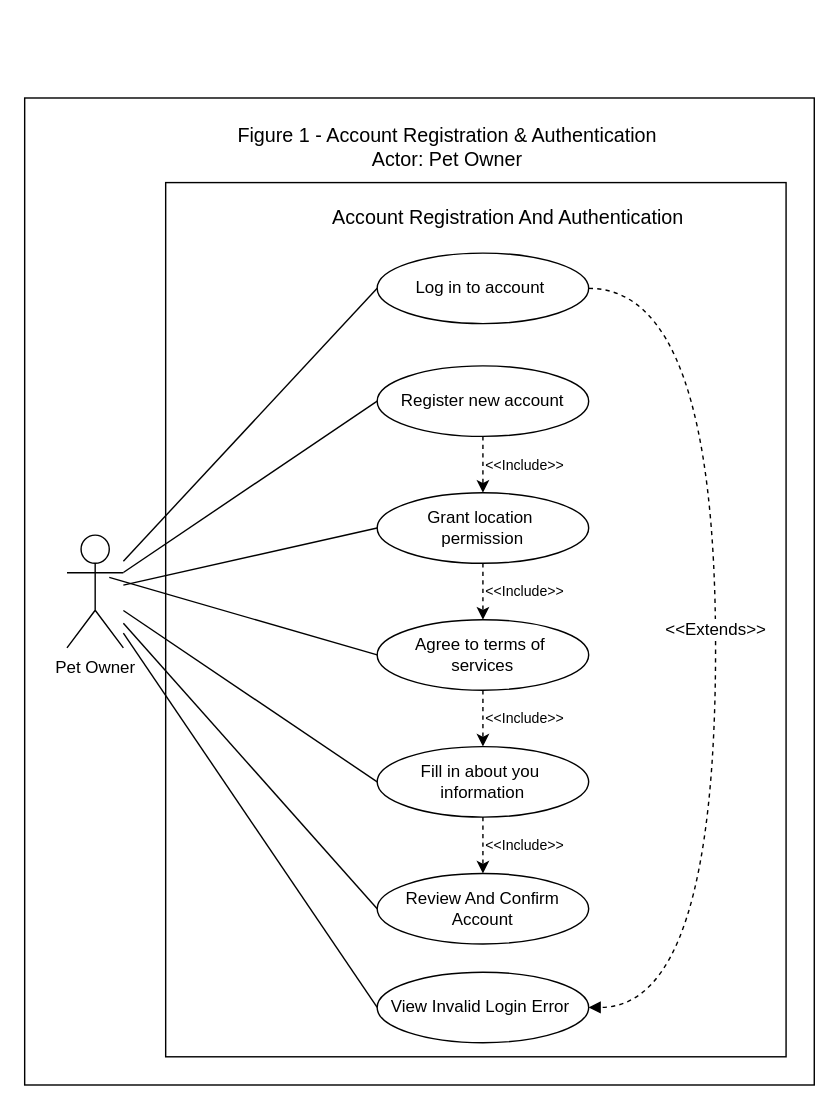
Before: page "figure 1" (1 of 10) of USE-CASE_Diagram_Franco.drawio in Chels013/Breedr-Diagrams, a draw.io diagram. Source tidied: cells renumbered, new cells numbered last; positions are measured from the earlier drawing's top-left corner, leaving out a move shared by most shapes. Both pictures are drawn from the tidied source at 141%, with x=0, y=0 at pixel (24, 24).
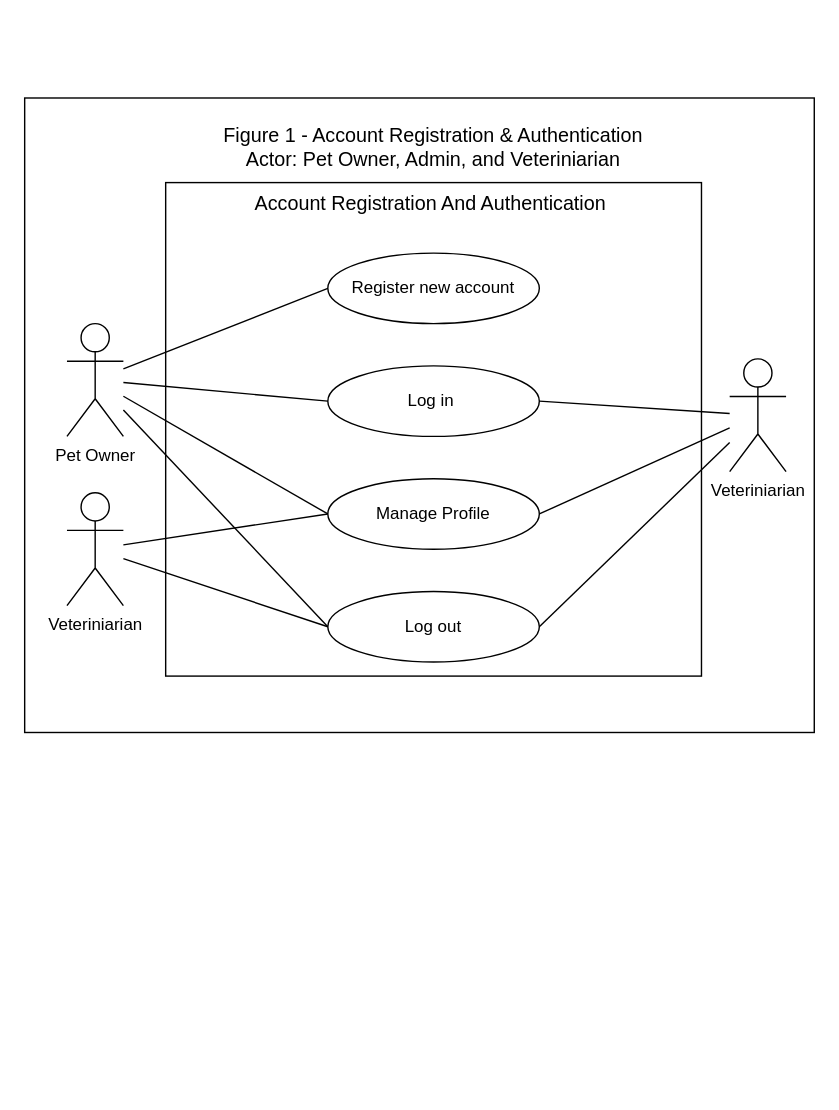
The same page after the edit.

Commit message (it also covers changes not shown here):
i revised the figure 1, Account Registration And Authentication

What changed in the source:
```diff
@@
     <mxCell id="2" value="&lt;div&gt;&lt;div&gt;&lt;/div&gt;&lt;/div&gt;" style="rounded=0;whiteSpace=wrap;html=1;" parent="1" vertex="1">
-      <mxGeometry y="52" width="560" height="700" as="geometry" />
+      <mxGeometry y="52" width="560" height="450" as="geometry" />
     </mxCell>
@@
     <mxCell id="4" value="Pet Owner" style="shape=umlActor;verticalLabelPosition=bottom;verticalAlign=top;html=1;outlineConnect=0;" parent="1" vertex="1">
-      <mxGeometry x="30" y="362" width="40" height="80" as="geometry" />
+      <mxGeometry x="30" y="212" width="40" height="80" as="geometry" />
     </mxCell>
-    <mxCell id="5" value="&lt;font style=&quot;color: rgb(0, 0, 0);&quot;&gt;&lt;font&gt;Figure 1 - Account Registration &amp;amp; Authentication&lt;/font&gt;&lt;br&gt;Actor: Pet Owner&lt;/font&gt;" style="text;html=1;align=center;verticalAlign=middle;whiteSpace=wrap;rounded=0;fontFamily=Helvetica;fontSize=14;fontColor=default;" parent="1" vertex="1">
-      <mxGeometry x="120" y="72" width="360" height="30" as="geometry" />
+    <mxCell id="5" value="&lt;font style=&quot;color: rgb(0, 0, 0);&quot;&gt;&lt;font&gt;Figure 1 - Account Registration &amp;amp; Authentication&lt;/font&gt;&lt;br&gt;Actor: Pet Owner, Admin, and Veteriniarian&lt;/font&gt;" style="text;html=1;align=center;verticalAlign=middle;whiteSpace=wrap;rounded=0;fontFamily=Helvetica;fontSize=14;fontColor=default;" parent="1" vertex="1">
+      <mxGeometry x="110" y="72" width="360" height="30" as="geometry" />
     </mxCell>
     <mxCell id="6" style="rounded=0;whiteSpace=wrap;html=1;align=center;verticalAlign=middle;fontFamily=Helvetica;fontSize=12;fontColor=default;fillColor=none;gradientColor=none;" parent="1" vertex="1">
-      <mxGeometry x="100" y="112" width="440" height="620" as="geometry" />
+      <mxGeometry x="100" y="112" width="380" height="350" as="geometry" />
     </mxCell>
     <mxCell id="7" value="Account Registration And Authentication&amp;nbsp;" style="text;html=1;align=center;verticalAlign=middle;whiteSpace=wrap;rounded=0;fontFamily=Helvetica;fontSize=14;fontColor=default;" parent="1" vertex="1">
-      <mxGeometry x="200" y="122" width="290" height="30" as="geometry" />
+      <mxGeometry x="145" y="112" width="290" height="30" as="geometry" />
     </mxCell>
-    <mxCell id="8" value="Log in to account&amp;nbsp;" style="ellipse;whiteSpace=wrap;html=1;rounded=0;align=center;verticalAlign=middle;fontFamily=Helvetica;fontSize=12;fontColor=default;fillColor=none;gradientColor=none;" parent="1" vertex="1">
-      <mxGeometry x="250" y="162" width="150" height="50" as="geometry" />
+    <mxCell id="8" value="&lt;span style=&quot;color: rgb(0, 0, 0);&quot;&gt;Register new account&lt;/span&gt;" style="ellipse;whiteSpace=wrap;html=1;rounded=0;align=center;verticalAlign=middle;fontFamily=Helvetica;fontSize=12;fontColor=default;fillColor=none;gradientColor=none;" parent="1" vertex="1">
+      <mxGeometry x="215" y="162" width="150" height="50" as="geometry" />
     </mxCell>
-    <mxCell id="9" value="Register new account" style="ellipse;whiteSpace=wrap;html=1;rounded=0;align=center;verticalAlign=middle;fontFamily=Helvetica;fontSize=12;fontColor=default;fillColor=none;gradientColor=none;" parent="1" vertex="1">
-      <mxGeometry x="250" y="242" width="150" height="50" as="geometry" />
+    <mxCell id="9" value="Log in&amp;nbsp;" style="ellipse;whiteSpace=wrap;html=1;rounded=0;align=center;verticalAlign=middle;fontFamily=Helvetica;fontSize=12;fontColor=default;fillColor=none;gradientColor=none;" parent="1" vertex="1">
+      <mxGeometry x="215" y="242" width="150" height="50" as="geometry" />
     </mxCell>
-    <mxCell id="10" value="Grant location&amp;nbsp;&lt;div&gt;permission&lt;/div&gt;" style="ellipse;whiteSpace=wrap;html=1;rounded=0;align=center;verticalAlign=middle;fontFamily=Helvetica;fontSize=12;fontColor=default;fillColor=none;gradientColor=none;" parent="1" vertex="1">
-      <mxGeometry x="250" y="332" width="150" height="50" as="geometry" />
-    </mxCell>
-    <mxCell id="11" value="Agree to terms of&amp;nbsp;&lt;div&gt;services&lt;/div&gt;" style="ellipse;whiteSpace=wrap;html=1;rounded=0;align=center;verticalAlign=middle;fontFamily=Helvetica;fontSize=12;fontColor=default;fillColor=none;gradientColor=none;" parent="1" vertex="1">
-      <mxGeometry x="250" y="422" width="150" height="50" as="geometry" />
-    </mxCell>
-    <mxCell id="12" value="Fill in about you&amp;nbsp;&lt;div&gt;information&lt;/div&gt;" style="ellipse;whiteSpace=wrap;html=1;rounded=0;align=center;verticalAlign=middle;fontFamily=Helvetica;fontSize=12;fontColor=default;fillColor=none;gradientColor=none;" parent="1" vertex="1">
-      <mxGeometry x="250" y="512" width="150" height="50" as="geometry" />
-    </mxCell>
-    <mxCell id="13" value="Review And Confirm Account" style="ellipse;whiteSpace=wrap;html=1;rounded=0;align=center;verticalAlign=middle;fontFamily=Helvetica;fontSize=12;fontColor=default;fillColor=none;gradientColor=none;" parent="1" vertex="1">
-      <mxGeometry x="250" y="602" width="150" height="50" as="geometry" />
+    <mxCell id="13" value="Manage Profile" style="ellipse;whiteSpace=wrap;html=1;rounded=0;align=center;verticalAlign=middle;fontFamily=Helvetica;fontSize=12;fontColor=default;fillColor=none;gradientColor=none;" parent="1" vertex="1">
+      <mxGeometry x="215" y="322" width="150" height="50" as="geometry" />
     </mxCell>
-    <mxCell id="14" value="View Invalid Login Error&amp;nbsp;" style="ellipse;whiteSpace=wrap;html=1;rounded=0;align=center;verticalAlign=middle;fontFamily=Helvetica;fontSize=12;fontColor=default;fillColor=none;gradientColor=none;" parent="1" vertex="1">
-      <mxGeometry x="250" y="672" width="150" height="50" as="geometry" />
+    <mxCell id="14" value="Log out" style="ellipse;whiteSpace=wrap;html=1;rounded=0;align=center;verticalAlign=middle;fontFamily=Helvetica;fontSize=12;fontColor=default;fillColor=none;gradientColor=none;" parent="1" vertex="1">
+      <mxGeometry x="215" y="402" width="150" height="50" as="geometry" />
     </mxCell>
@@
-    <mxCell id="17" style="endArrow=none;html=1;fontFamily=Helvetica;fontSize=12;fontColor=default;entryX=0;entryY=0.5;entryDx=0;entryDy=0;" parent="1" edge="1" source="4" target="10">
-      <mxGeometry relative="1" as="geometry" />
-    </mxCell>
-    <mxCell id="18" style="endArrow=none;html=1;fontFamily=Helvetica;fontSize=12;fontColor=default;entryX=0;entryY=0.5;entryDx=0;entryDy=0;" parent="1" edge="1" target="11">
-      <mxGeometry relative="1" as="geometry">
-        <mxPoint x="60" y="392" as="sourcePoint" />
-      </mxGeometry>
-    </mxCell>
-    <mxCell id="19" style="endArrow=none;html=1;fontFamily=Helvetica;fontSize=12;fontColor=default;entryX=0;entryY=0.5;entryDx=0;entryDy=0;" parent="1" edge="1" source="4" target="12">
-      <mxGeometry relative="1" as="geometry" />
-    </mxCell>
@@
-    <mxCell id="21" style="endArrow=none;html=1;fontFamily=Helvetica;fontSize=12;fontColor=default;entryX=0;entryY=0.5;entryDx=0;entryDy=0;" parent="1" edge="1" source="4" target="14">
+    <mxCell id="21" style="endArrow=none;html=1;fontFamily=Helvetica;fontSize=12;fontColor=default;entryX=0;entryY=0.5;entryDx=0;entryDy=0;" parent="1" edge="1" source="32" target="14">
       <mxGeometry relative="1" as="geometry" />
     </mxCell>
-    <mxCell id="22" style="html=1;labelBackgroundColor=#ffffff;jettySize=auto;fontSize=14;rounded=0;jumpStyle=gap;edgeStyle=orthogonalEdgeStyle;startArrow=none;endArrow=block;startFill=0;endFill=1;strokeWidth=1;dashed=1;sourcePerimeterSpacing=3;targetPerimeterSpacing=3;fontFamily=Helvetica;fontColor=default;exitX=1;exitY=0.5;exitDx=0;exitDy=0;curved=1;entryX=1;entryY=0.5;entryDx=0;entryDy=0;" parent="1" edge="1" source="8" target="14">
-      <mxGeometry relative="1" as="geometry">
-        <Array as="points">
-          <mxPoint x="490" y="187" />
-          <mxPoint x="490" y="697" />
-        </Array>
-      </mxGeometry>
-    </mxCell>
-    <mxCell id="23" value="&amp;lt;&amp;lt;Extends&amp;gt;&amp;gt;" style="edgeLabel;html=1;align=center;verticalAlign=middle;rounded=0;fontFamily=Helvetica;fontSize=12;fontColor=default;fillColor=none;gradientColor=none;" parent="22" vertex="1">
-      <mxGeometry x="-0.04" y="-1" relative="1" as="geometry" />
-    </mxCell>
-    <mxCell id="24" style="html=1;labelBackgroundColor=#ffffff;startArrow=none;startFill=0;startSize=6;endArrow=classic;endFill=1;endSize=6;jettySize=auto;strokeWidth=1;dashed=1;fontSize=14;fontFamily=Helvetica;fontColor=default;exitX=0.5;exitY=1;exitDx=0;exitDy=0;entryX=0.5;entryY=0;entryDx=0;entryDy=0;" parent="1" edge="1" source="9" target="10">
-      <mxGeometry relative="1" as="geometry" />
-    </mxCell>
-    <mxCell id="25" value="&lt;font style=&quot;font-size: 10px;&quot;&gt;&amp;lt;&amp;lt;Include&amp;gt;&amp;gt;&lt;/font&gt;" style="text;html=1;align=center;verticalAlign=middle;whiteSpace=wrap;rounded=0;fontFamily=Helvetica;fontSize=12;fontColor=default;" parent="1" vertex="1">
-      <mxGeometry x="325" y="302" width="60" height="20" as="geometry" />
-    </mxCell>
-    <mxCell id="26" value="&lt;font style=&quot;font-size: 10px;&quot;&gt;&amp;lt;&amp;lt;Include&amp;gt;&amp;gt;&lt;/font&gt;" style="text;html=1;align=center;verticalAlign=middle;whiteSpace=wrap;rounded=0;fontFamily=Helvetica;fontSize=12;fontColor=default;" parent="1" vertex="1">
-      <mxGeometry x="325" y="392" width="60" height="20" as="geometry" />
-    </mxCell>
-    <mxCell id="27" value="&lt;font style=&quot;font-size: 10px;&quot;&gt;&amp;lt;&amp;lt;Include&amp;gt;&amp;gt;&lt;/font&gt;" style="text;html=1;align=center;verticalAlign=middle;whiteSpace=wrap;rounded=0;fontFamily=Helvetica;fontSize=12;fontColor=default;" parent="1" vertex="1">
-      <mxGeometry x="325" y="482" width="60" height="20" as="geometry" />
-    </mxCell>
-    <mxCell id="28" value="&lt;font style=&quot;font-size: 10px;&quot;&gt;&amp;lt;&amp;lt;Include&amp;gt;&amp;gt;&lt;/font&gt;" style="text;html=1;align=center;verticalAlign=middle;whiteSpace=wrap;rounded=0;fontFamily=Helvetica;fontSize=12;fontColor=default;" parent="1" vertex="1">
-      <mxGeometry x="325" y="572" width="60" height="20" as="geometry" />
-    </mxCell>
-    <mxCell id="29" style="html=1;labelBackgroundColor=#ffffff;startArrow=none;startFill=0;startSize=6;endArrow=classic;endFill=1;endSize=6;jettySize=auto;strokeWidth=1;dashed=1;fontSize=14;fontFamily=Helvetica;fontColor=default;exitX=0.5;exitY=1;exitDx=0;exitDy=0;entryX=0.5;entryY=0;entryDx=0;entryDy=0;" parent="1" edge="1" source="10" target="11">
-      <mxGeometry relative="1" as="geometry" />
-    </mxCell>
-    <mxCell id="30" style="html=1;labelBackgroundColor=#ffffff;startArrow=none;startFill=0;startSize=6;endArrow=classic;endFill=1;endSize=6;jettySize=auto;strokeWidth=1;dashed=1;fontSize=14;fontFamily=Helvetica;fontColor=default;exitX=0.5;exitY=1;exitDx=0;exitDy=0;entryX=0.5;entryY=0;entryDx=0;entryDy=0;" parent="1" edge="1" source="11" target="12">
-      <mxGeometry relative="1" as="geometry" />
-    </mxCell>
-    <mxCell id="31" style="html=1;labelBackgroundColor=#ffffff;startArrow=none;startFill=0;startSize=6;endArrow=classic;endFill=1;endSize=6;jettySize=auto;strokeWidth=1;dashed=1;fontSize=14;entryX=0.5;entryY=0;entryDx=0;entryDy=0;exitX=0.5;exitY=1;exitDx=0;exitDy=0;" parent="1" edge="1" source="12" target="13">
-      <mxGeometry relative="1" as="geometry" />
-    </mxCell>
+    <mxCell id="32" value="Veteriniarian" style="shape=umlActor;verticalLabelPosition=bottom;verticalAlign=top;html=1;outlineConnect=0;" parent="1" vertex="1">
+      <mxGeometry x="30" y="332" width="40" height="80" as="geometry" />
+    </mxCell>
+    <mxCell id="33" style="endArrow=none;html=1;fontFamily=Helvetica;fontSize=12;fontColor=default;entryX=0;entryY=0.5;entryDx=0;entryDy=0;" parent="1" edge="1" source="32" target="13">
+      <mxGeometry relative="1" as="geometry" />
+    </mxCell>
+    <mxCell id="34" style="endArrow=none;html=1;fontFamily=Helvetica;fontSize=12;fontColor=default;entryX=0;entryY=0.5;entryDx=0;entryDy=0;" parent="1" edge="1" source="4" target="14">
+      <mxGeometry relative="1" as="geometry" />
+    </mxCell>
+    <mxCell id="35" value="Veteriniarian" style="shape=umlActor;verticalLabelPosition=bottom;verticalAlign=top;html=1;outlineConnect=0;" parent="1" vertex="1">
+      <mxGeometry x="500" y="237" width="40" height="80" as="geometry" />
+    </mxCell>
+    <mxCell id="36" style="endArrow=none;html=1;fontFamily=Helvetica;fontSize=12;fontColor=default;exitX=1;exitY=0.5;exitDx=0;exitDy=0;" parent="1" edge="1" source="9" target="35">
+      <mxGeometry relative="1" as="geometry" />
+    </mxCell>
+    <mxCell id="37" style="endArrow=none;html=1;fontFamily=Helvetica;fontSize=12;fontColor=default;exitX=1;exitY=0.5;exitDx=0;exitDy=0;" parent="1" edge="1" source="14" target="35">
+      <mxGeometry relative="1" as="geometry" />
+    </mxCell>
+    <mxCell id="38" style="endArrow=none;html=1;fontFamily=Helvetica;fontSize=12;fontColor=default;exitX=1;exitY=0.5;exitDx=0;exitDy=0;" parent="1" edge="1" source="13" target="35">
+      <mxGeometry relative="1" as="geometry" />
+    </mxCell>
```
